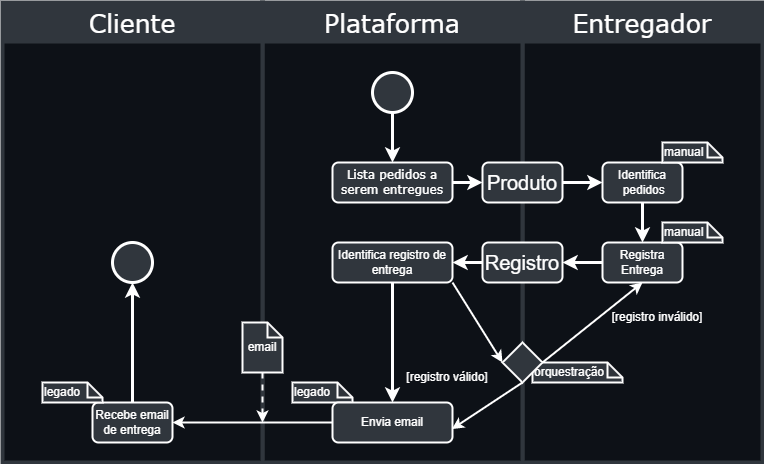
Earlier version of the draw.io export img/serviceMarcation.png (pedroblimaa/dm112-logistics-service). Source tidied: cells renumbered, new cells last; positions are measured from the earlier drawing's top-left corner, leaving out a move shared by most shapes. Source of this version:
```xml
<mxGraphModel>
  <root>
    <mxCell id="0" />
    <mxCell id="1" parent="0" />
    <mxCell id="2" style="rounded=0;whiteSpace=wrap;html=1;fillColor=#0D1117;strokeColor=#30363D;strokeWidth=4;" parent="1" vertex="1">
      <mxGeometry x="520" width="240" height="460" as="geometry" />
    </mxCell>
    <mxCell id="3" style="rounded=0;whiteSpace=wrap;html=1;fillColor=#0D1117;strokeColor=#30363D;strokeWidth=4;" parent="1" vertex="1">
      <mxGeometry x="260" width="260" height="460" as="geometry" />
    </mxCell>
    <mxCell id="4" style="edgeStyle=orthogonalEdgeStyle;rounded=0;jettySize=auto;html=1;exitX=0.5;exitY=1;exitDx=0;exitDy=0;entryX=0.5;entryY=0;entryDx=0;entryDy=0;strokeColor=#FFFFFF;strokeWidth=3;" parent="1" edge="1" source="5" target="33">
      <mxGeometry relative="1" as="geometry" />
    </mxCell>
    <mxCell id="5" style="ellipse;whiteSpace=wrap;html=1;strokeColor=#FFFFFF;strokeWidth=3;fillColor=#30363D;" parent="1" vertex="1">
      <mxGeometry x="370" y="70" width="40" height="40" as="geometry" />
    </mxCell>
    <mxCell id="6" style="edgeStyle=orthogonalEdgeStyle;rounded=0;jettySize=auto;html=1;entryX=0;entryY=0.5;entryDx=0;entryDy=0;strokeWidth=3;strokeColor=#FFFFFF;" parent="1" edge="1" source="33" target="8">
      <mxGeometry relative="1" as="geometry" />
    </mxCell>
    <mxCell id="7" style="edgeStyle=orthogonalEdgeStyle;rounded=0;jettySize=auto;html=1;exitX=1;exitY=0.5;exitDx=0;exitDy=0;entryX=0;entryY=0.5;entryDx=0;entryDy=0;strokeWidth=3;strokeColor=#FFFFFF;" parent="1" edge="1" source="8" target="10">
      <mxGeometry relative="1" as="geometry" />
    </mxCell>
    <mxCell id="8" value="&lt;font color=&quot;#ffffff&quot; style=&quot;font-size: 20px&quot;&gt;Produto&lt;/font&gt;" style="rounded=1;whiteSpace=wrap;html=1;fillColor=#30363D;strokeColor=#FFFFFF;strokeWidth=2;" parent="1" vertex="1">
      <mxGeometry x="480" y="160" width="80" height="40" as="geometry" />
    </mxCell>
    <mxCell id="9" style="edgeStyle=orthogonalEdgeStyle;rounded=0;jettySize=auto;html=1;exitX=0.5;exitY=1;exitDx=0;exitDy=0;entryX=0.5;entryY=0;entryDx=0;entryDy=0;strokeWidth=3;strokeColor=#FFFFFF;" parent="1" edge="1" source="10" target="12">
      <mxGeometry relative="1" as="geometry" />
    </mxCell>
    <mxCell id="10" value="&lt;font color=&quot;#ffffff&quot;&gt;Identifica&lt;br&gt;&amp;nbsp;pedidos&lt;/font&gt;" style="rounded=1;whiteSpace=wrap;html=1;fillColor=#30363D;strokeColor=#FFFFFF;strokeWidth=2;" parent="1" vertex="1">
      <mxGeometry x="600" y="160" width="80" height="40" as="geometry" />
    </mxCell>
    <mxCell id="11" style="edgeStyle=orthogonalEdgeStyle;rounded=0;jettySize=auto;html=1;exitX=0;exitY=0.5;exitDx=0;exitDy=0;entryX=1;entryY=0.5;entryDx=0;entryDy=0;strokeWidth=3;strokeColor=#FFFFFF;" parent="1" edge="1" source="12" target="14">
      <mxGeometry relative="1" as="geometry" />
    </mxCell>
    <mxCell id="12" value="&lt;font color=&quot;#ffffff&quot;&gt;Registra Entrega&lt;/font&gt;" style="rounded=1;whiteSpace=wrap;html=1;fillColor=#30363D;strokeColor=#FFFFFF;strokeWidth=2;" parent="1" vertex="1">
      <mxGeometry x="600" y="240" width="80" height="40" as="geometry" />
    </mxCell>
    <mxCell id="13" style="edgeStyle=orthogonalEdgeStyle;rounded=0;jettySize=auto;html=1;exitX=0;exitY=0.5;exitDx=0;exitDy=0;entryX=1;entryY=0.5;entryDx=0;entryDy=0;strokeWidth=3;strokeColor=#FFFFFF;" parent="1" edge="1" source="14" target="17">
      <mxGeometry relative="1" as="geometry" />
    </mxCell>
    <mxCell id="14" value="&lt;font style=&quot;font-size: 20px&quot; color=&quot;#ffffff&quot;&gt;Registro&lt;/font&gt;" style="rounded=1;whiteSpace=wrap;html=1;fillColor=#30363D;strokeWidth=2;strokeColor=#FFFFFF;" parent="1" vertex="1">
      <mxGeometry x="480" y="240" width="80" height="40" as="geometry" />
    </mxCell>
    <mxCell id="15" style="edgeStyle=orthogonalEdgeStyle;rounded=0;jettySize=auto;html=1;fontFamily=Verdana;fontSize=20;fontColor=#FFFFFF;strokeColor=#FFFFFF;strokeWidth=3;" parent="1" edge="1" source="17" target="37">
      <mxGeometry relative="1" as="geometry" />
    </mxCell>
    <mxCell id="16" style="edgeStyle=none;html=1;exitX=1;exitY=1;exitDx=0;exitDy=0;entryX=0;entryY=0.5;entryDx=0;entryDy=0;strokeWidth=2;strokeColor=#FFFFFF;" parent="1" edge="1" source="17" target="35">
      <mxGeometry relative="1" as="geometry" />
    </mxCell>
    <mxCell id="17" value="&lt;font color=&quot;#ffffff&quot;&gt;Identifica registro de entrega&lt;/font&gt;" style="rounded=1;whiteSpace=wrap;html=1;fillColor=#30363D;strokeColor=#FFFFFF;strokeWidth=2;" parent="1" vertex="1">
      <mxGeometry x="330" y="240" width="120" height="40" as="geometry" />
    </mxCell>
    <mxCell id="18" value="&lt;font color=&quot;#ffffff&quot; face=&quot;Verdana&quot; style=&quot;font-size: 25px&quot;&gt;Plataforma&lt;/font&gt;" style="rounded=0;whiteSpace=wrap;html=1;strokeColor=#30363D;fillColor=#30363D;strokeWidth=2;" parent="1" vertex="1">
      <mxGeometry x="260" width="260" height="40" as="geometry" />
    </mxCell>
    <mxCell id="19" value="&lt;font color=&quot;#ffffff&quot; face=&quot;Verdana&quot; style=&quot;font-size: 25px&quot;&gt;Entregador&lt;/font&gt;" style="rounded=0;whiteSpace=wrap;html=1;strokeColor=#30363D;fillColor=#30363D;strokeWidth=2;" parent="1" vertex="1">
      <mxGeometry x="520" width="240" height="40" as="geometry" />
    </mxCell>
    <mxCell id="20" style="rounded=0;whiteSpace=wrap;html=1;fillColor=#0D1117;strokeColor=#30363D;strokeWidth=4;" parent="1" vertex="1">
      <mxGeometry width="260" height="460" as="geometry" />
    </mxCell>
    <mxCell id="21" value="&lt;font color=&quot;#ffffff&quot; style=&quot;font-size: 25px&quot; face=&quot;Verdana&quot;&gt;Cliente&lt;/font&gt;" style="rounded=0;whiteSpace=wrap;html=1;fillColor=#30363D;strokeColor=#30363D;strokeWidth=2;" parent="1" vertex="1">
      <mxGeometry width="260" height="40" as="geometry" />
    </mxCell>
    <mxCell id="22" style="edgeStyle=none;html=1;exitX=0;exitY=0.5;exitDx=0;exitDy=0;entryX=1;entryY=0.5;entryDx=0;entryDy=0;strokeWidth=2;strokeColor=#FFF;" parent="1" edge="1" source="37" target="24">
      <mxGeometry relative="1" as="geometry" />
    </mxCell>
    <mxCell id="23" style="edgeStyle=orthogonalEdgeStyle;rounded=0;jettySize=auto;html=1;entryX=0.5;entryY=1;entryDx=0;entryDy=0;fontFamily=Verdana;fontSize=20;fontColor=#FFFFFF;strokeColor=#FFFFFF;strokeWidth=3;" parent="1" edge="1" source="24" target="25">
      <mxGeometry relative="1" as="geometry" />
    </mxCell>
    <mxCell id="24" value="&lt;font color=&quot;#ffffff&quot;&gt;Recebe email de entrega&lt;/font&gt;" style="rounded=1;whiteSpace=wrap;html=1;fillColor=#30363D;strokeColor=#FFFFFF;strokeWidth=2;" parent="1" vertex="1">
      <mxGeometry x="90" y="400" width="80" height="40" as="geometry" />
    </mxCell>
    <mxCell id="25" style="ellipse;whiteSpace=wrap;html=1;strokeColor=#FFFFFF;strokeWidth=3;fillColor=#30363D;" parent="1" vertex="1">
      <mxGeometry x="110" y="240" width="40" height="40" as="geometry" />
    </mxCell>
    <mxCell id="26" style="edgeStyle=none;html=1;exitX=1;exitY=0.5;exitDx=0;exitDy=0;entryX=0.5;entryY=1;entryDx=0;entryDy=0;strokeWidth=2;strokeColor=#FFFFFF;" parent="1" edge="1" source="35" target="12">
      <mxGeometry relative="1" as="geometry" />
    </mxCell>
    <mxCell id="27" style="edgeStyle=none;html=1;exitX=0.5;exitY=1;exitDx=0;exitDy=0;entryX=0.995;entryY=0.665;entryDx=0;entryDy=0;entryPerimeter=0;strokeWidth=2;strokeColor=#FFF;" parent="1" edge="1" source="35" target="37">
      <mxGeometry relative="1" as="geometry" />
    </mxCell>
    <mxCell id="28" value="&lt;font color=&quot;#ffffff&quot;&gt;[registro inválido]&lt;/font&gt;" style="text;html=1;strokeColor=none;fillColor=none;align=center;verticalAlign=middle;whiteSpace=wrap;rounded=0;" parent="1" vertex="1">
      <mxGeometry x="590" y="300" width="130" height="30" as="geometry" />
    </mxCell>
    <mxCell id="29" value="&lt;font color=&quot;#ffffff&quot;&gt;[registro válido]&lt;/font&gt;" style="text;html=1;strokeColor=none;fillColor=none;align=center;verticalAlign=middle;whiteSpace=wrap;rounded=0;" parent="1" vertex="1">
      <mxGeometry x="380" y="360" width="130" height="30" as="geometry" />
    </mxCell>
    <mxCell id="30" style="edgeStyle=none;html=1;strokeWidth=2;dashed=1;strokeColor=#FFF;" parent="1" edge="1" source="31">
      <mxGeometry relative="1" as="geometry">
        <mxPoint x="260" y="420" as="targetPoint" />
      </mxGeometry>
    </mxCell>
    <mxCell id="31" value="&lt;font color=&quot;#ffffff&quot;&gt;email&lt;/font&gt;" style="shape=note;whiteSpace=wrap;html=1;backgroundOutline=1;darkOpacity=0.05;strokeWidth=2;fillColor=#30363D;size=15;strokeColor=#FFF;" parent="1" vertex="1">
      <mxGeometry x="240" y="320" width="40" height="50" as="geometry" />
    </mxCell>
    <mxCell id="32" value="&lt;font color=&quot;#ffffff&quot;&gt;manual&lt;/font&gt;" style="shape=note;whiteSpace=wrap;html=1;backgroundOutline=1;darkOpacity=0.05;strokeWidth=2;fillColor=#30363D;size=15;strokeColor=#FFF;align=left;" parent="1" vertex="1">
      <mxGeometry x="660" y="220" width="60" height="20" as="geometry" />
    </mxCell>
    <mxCell id="33" value="&lt;font color=&quot;#ffffff&quot; face=&quot;Verdana&quot;&gt;Lista pedidos a serem entregues&lt;/font&gt;" style="rounded=1;whiteSpace=wrap;html=1;fillColor=#30363D;strokeColor=#FFFFFF;strokeWidth=2;" parent="1" vertex="1">
      <mxGeometry x="330" y="160" width="120" height="40" as="geometry" />
    </mxCell>
    <mxCell id="34" value="&lt;font color=&quot;#ffffff&quot;&gt;orquestração&lt;/font&gt;" style="shape=note;whiteSpace=wrap;html=1;backgroundOutline=1;darkOpacity=0.05;strokeWidth=2;fillColor=#30363D;size=15;strokeColor=#FFF;align=left;" parent="1" vertex="1">
      <mxGeometry x="530" y="360" width="90" height="20" as="geometry" />
    </mxCell>
    <mxCell id="35" style="rhombus;whiteSpace=wrap;html=1;fillColor=#30363D;strokeWidth=2;strokeColor=#FFFFFF;" parent="1" vertex="1">
      <mxGeometry x="500" y="340" width="40" height="40" as="geometry" />
    </mxCell>
    <mxCell id="36" value="&lt;font color=&quot;#ffffff&quot;&gt;legado&lt;/font&gt;" style="shape=note;whiteSpace=wrap;html=1;backgroundOutline=1;darkOpacity=0.05;strokeWidth=2;fillColor=#30363D;size=15;strokeColor=#FFF;align=left;" parent="1" vertex="1">
      <mxGeometry x="290" y="380" width="60" height="20" as="geometry" />
    </mxCell>
    <mxCell id="37" value="&lt;font color=&quot;#ffffff&quot;&gt;Envia email&lt;/font&gt;" style="rounded=1;whiteSpace=wrap;html=1;fillColor=#30363D;strokeColor=#FFFFFF;strokeWidth=2;" parent="1" vertex="1">
      <mxGeometry x="330" y="400" width="120" height="40" as="geometry" />
    </mxCell>
    <mxCell id="38" value="&lt;font color=&quot;#ffffff&quot;&gt;manual&lt;/font&gt;" style="shape=note;whiteSpace=wrap;html=1;backgroundOutline=1;darkOpacity=0.05;strokeWidth=2;fillColor=#30363D;size=15;strokeColor=#FFF;align=left;" parent="1" vertex="1">
      <mxGeometry x="660" y="140" width="60" height="20" as="geometry" />
    </mxCell>
    <mxCell id="39" value="&lt;font color=&quot;#ffffff&quot;&gt;legado&lt;/font&gt;" style="shape=note;whiteSpace=wrap;html=1;backgroundOutline=1;darkOpacity=0.05;strokeWidth=2;fillColor=#30363D;size=15;strokeColor=#FFF;align=left;" parent="1" vertex="1">
      <mxGeometry x="40" y="380" width="60" height="20" as="geometry" />
    </mxCell>
  </root>
</mxGraphModel>
```
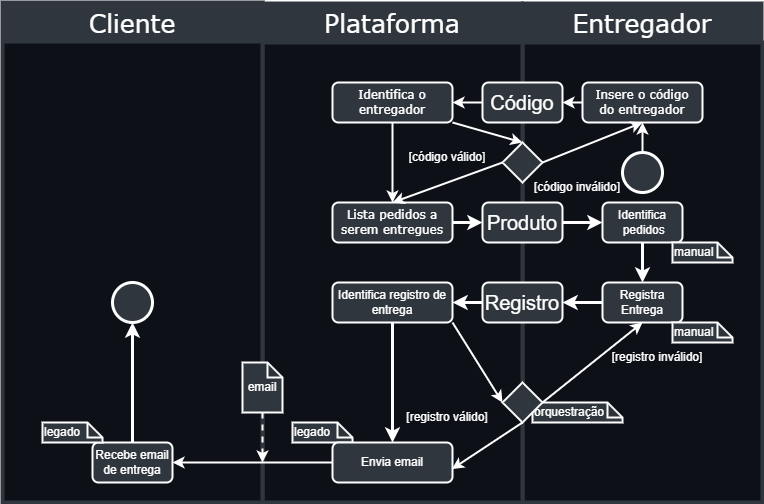
Above is the later version.

What changed in the source:
```diff
@@ -8,11 +8,11 @@
     <mxCell id="3" style="rounded=0;whiteSpace=wrap;html=1;fillColor=#0D1117;strokeColor=#30363D;strokeWidth=4;" parent="1" vertex="1">
       <mxGeometry x="260" width="260" height="460" as="geometry" />
     </mxCell>
-    <mxCell id="4" style="edgeStyle=orthogonalEdgeStyle;rounded=0;jettySize=auto;html=1;exitX=0.5;exitY=1;exitDx=0;exitDy=0;entryX=0.5;entryY=0;entryDx=0;entryDy=0;strokeColor=#FFFFFF;strokeWidth=3;" parent="1" edge="1" source="5" target="33">
-      <mxGeometry relative="1" as="geometry" />
-    </mxCell>
+    <mxCell id="40" style="edgeStyle=none;html=1;exitX=0.5;exitY=0;exitDx=0;exitDy=0;entryX=0.5;entryY=1;entryDx=0;entryDy=0;strokeColor=#FFF;strokeWidth=2;" parent="1" edge="1" source="5" target="42">
+      <mxGeometry relative="1" as="geometry" />
+    </mxCell>
     <mxCell id="5" style="ellipse;whiteSpace=wrap;html=1;strokeColor=#FFFFFF;strokeWidth=3;fillColor=#30363D;" parent="1" vertex="1">
-      <mxGeometry x="370" y="70" width="40" height="40" as="geometry" />
+      <mxGeometry x="620" y="110" width="40" height="40" as="geometry" />
     </mxCell>
     <mxCell id="6" style="edgeStyle=orthogonalEdgeStyle;rounded=0;jettySize=auto;html=1;entryX=0;entryY=0.5;entryDx=0;entryDy=0;strokeWidth=3;strokeColor=#FFFFFF;" parent="1" edge="1" source="33" target="8">
       <mxGeometry relative="1" as="geometry" />
@@ -51,16 +51,16 @@
       <mxGeometry x="330" y="240" width="120" height="40" as="geometry" />
     </mxCell>
     <mxCell id="18" value="&lt;font color=&quot;#ffffff&quot; face=&quot;Verdana&quot; style=&quot;font-size: 25px&quot;&gt;Plataforma&lt;/font&gt;" style="rounded=0;whiteSpace=wrap;html=1;strokeColor=#30363D;fillColor=#30363D;strokeWidth=2;" parent="1" vertex="1">
-      <mxGeometry x="260" width="260" height="40" as="geometry" />
+      <mxGeometry x="260" y="-40" width="260" height="40" as="geometry" />
     </mxCell>
     <mxCell id="19" value="&lt;font color=&quot;#ffffff&quot; face=&quot;Verdana&quot; style=&quot;font-size: 25px&quot;&gt;Entregador&lt;/font&gt;" style="rounded=0;whiteSpace=wrap;html=1;strokeColor=#30363D;fillColor=#30363D;strokeWidth=2;" parent="1" vertex="1">
-      <mxGeometry x="520" width="240" height="40" as="geometry" />
+      <mxGeometry x="520" y="-40" width="240" height="40" as="geometry" />
     </mxCell>
     <mxCell id="20" style="rounded=0;whiteSpace=wrap;html=1;fillColor=#0D1117;strokeColor=#30363D;strokeWidth=4;" parent="1" vertex="1">
-      <mxGeometry width="260" height="460" as="geometry" />
+      <mxGeometry y="-40" width="260" height="500" as="geometry" />
     </mxCell>
     <mxCell id="21" value="&lt;font color=&quot;#ffffff&quot; style=&quot;font-size: 25px&quot; face=&quot;Verdana&quot;&gt;Cliente&lt;/font&gt;" style="rounded=0;whiteSpace=wrap;html=1;fillColor=#30363D;strokeColor=#30363D;strokeWidth=2;" parent="1" vertex="1">
-      <mxGeometry width="260" height="40" as="geometry" />
+      <mxGeometry y="-40" width="260" height="40" as="geometry" />
     </mxCell>
     <mxCell id="22" style="edgeStyle=none;html=1;exitX=0;exitY=0.5;exitDx=0;exitDy=0;entryX=1;entryY=0.5;entryDx=0;entryDy=0;strokeWidth=2;strokeColor=#FFF;" parent="1" edge="1" source="37" target="24">
       <mxGeometry relative="1" as="geometry" />
@@ -95,7 +95,7 @@
       <mxGeometry x="240" y="320" width="40" height="50" as="geometry" />
     </mxCell>
     <mxCell id="32" value="&lt;font color=&quot;#ffffff&quot;&gt;manual&lt;/font&gt;" style="shape=note;whiteSpace=wrap;html=1;backgroundOutline=1;darkOpacity=0.05;strokeWidth=2;fillColor=#30363D;size=15;strokeColor=#FFF;align=left;" parent="1" vertex="1">
-      <mxGeometry x="660" y="220" width="60" height="20" as="geometry" />
+      <mxGeometry x="670" y="280" width="60" height="20" as="geometry" />
     </mxCell>
     <mxCell id="33" value="&lt;font color=&quot;#ffffff&quot; face=&quot;Verdana&quot;&gt;Lista pedidos a serem entregues&lt;/font&gt;" style="rounded=1;whiteSpace=wrap;html=1;fillColor=#30363D;strokeColor=#FFFFFF;strokeWidth=2;" parent="1" vertex="1">
       <mxGeometry x="330" y="160" width="120" height="40" as="geometry" />
@@ -113,10 +113,46 @@
       <mxGeometry x="330" y="400" width="120" height="40" as="geometry" />
     </mxCell>
     <mxCell id="38" value="&lt;font color=&quot;#ffffff&quot;&gt;manual&lt;/font&gt;" style="shape=note;whiteSpace=wrap;html=1;backgroundOutline=1;darkOpacity=0.05;strokeWidth=2;fillColor=#30363D;size=15;strokeColor=#FFF;align=left;" parent="1" vertex="1">
-      <mxGeometry x="660" y="140" width="60" height="20" as="geometry" />
+      <mxGeometry x="670" y="200" width="60" height="20" as="geometry" />
     </mxCell>
     <mxCell id="39" value="&lt;font color=&quot;#ffffff&quot;&gt;legado&lt;/font&gt;" style="shape=note;whiteSpace=wrap;html=1;backgroundOutline=1;darkOpacity=0.05;strokeWidth=2;fillColor=#30363D;size=15;strokeColor=#FFF;align=left;" parent="1" vertex="1">
       <mxGeometry x="40" y="380" width="60" height="20" as="geometry" />
     </mxCell>
+    <mxCell id="41" style="edgeStyle=none;html=1;exitX=0;exitY=0.5;exitDx=0;exitDy=0;entryX=1;entryY=0.5;entryDx=0;entryDy=0;strokeWidth=2;strokeColor=#FFF;" parent="1" edge="1" source="42" target="47">
+      <mxGeometry relative="1" as="geometry" />
+    </mxCell>
+    <mxCell id="42" value="&lt;font color=&quot;#ffffff&quot; face=&quot;Verdana&quot;&gt;Insere o código&lt;br&gt;do entregador&lt;br&gt;&lt;/font&gt;" style="rounded=1;whiteSpace=wrap;html=1;fillColor=#30363D;strokeColor=#FFFFFF;strokeWidth=2;" parent="1" vertex="1">
+      <mxGeometry x="580" y="40" width="120" height="40" as="geometry" />
+    </mxCell>
+    <mxCell id="43" style="edgeStyle=none;html=1;exitX=0.5;exitY=1;exitDx=0;exitDy=0;entryX=0.5;entryY=0;entryDx=0;entryDy=0;strokeWidth=2;strokeColor=#FFF;" parent="1" edge="1" source="45" target="33">
+      <mxGeometry relative="1" as="geometry" />
+    </mxCell>
+    <mxCell id="44" style="edgeStyle=none;html=1;exitX=1;exitY=1;exitDx=0;exitDy=0;entryX=0.5;entryY=0;entryDx=0;entryDy=0;strokeColor=#FFF;strokeWidth=2;" parent="1" edge="1" source="45" target="50">
+      <mxGeometry relative="1" as="geometry" />
+    </mxCell>
+    <mxCell id="45" value="&lt;font color=&quot;#ffffff&quot; face=&quot;Verdana&quot;&gt;Identifica o entregador&lt;br&gt;&lt;/font&gt;" style="rounded=1;whiteSpace=wrap;html=1;fillColor=#30363D;strokeColor=#FFFFFF;strokeWidth=2;" parent="1" vertex="1">
+      <mxGeometry x="330" y="40" width="120" height="40" as="geometry" />
+    </mxCell>
+    <mxCell id="46" style="edgeStyle=none;html=1;exitX=0;exitY=0.5;exitDx=0;exitDy=0;entryX=1;entryY=0.5;entryDx=0;entryDy=0;strokeWidth=2;strokeColor=#FFF;" parent="1" edge="1" source="47" target="45">
+      <mxGeometry relative="1" as="geometry" />
+    </mxCell>
+    <mxCell id="47" value="&lt;font color=&quot;#ffffff&quot; style=&quot;font-size: 20px&quot;&gt;Código&lt;/font&gt;" style="rounded=1;whiteSpace=wrap;html=1;fillColor=#30363D;strokeColor=#FFFFFF;strokeWidth=2;" parent="1" vertex="1">
+      <mxGeometry x="480" y="40" width="80" height="40" as="geometry" />
+    </mxCell>
+    <mxCell id="48" style="edgeStyle=none;html=1;exitX=1;exitY=0.5;exitDx=0;exitDy=0;entryX=0.5;entryY=1;entryDx=0;entryDy=0;strokeColor=#FFF;strokeWidth=2;" parent="1" edge="1" source="50" target="42">
+      <mxGeometry relative="1" as="geometry" />
+    </mxCell>
+    <mxCell id="49" style="edgeStyle=none;html=1;exitX=0;exitY=0.5;exitDx=0;exitDy=0;entryX=0.5;entryY=0;entryDx=0;entryDy=0;strokeColor=#FFF;strokeWidth=2;" parent="1" edge="1" source="50" target="33">
+      <mxGeometry relative="1" as="geometry" />
+    </mxCell>
+    <mxCell id="50" style="rhombus;whiteSpace=wrap;html=1;fillColor=#30363D;strokeWidth=2;strokeColor=#FFFFFF;" parent="1" vertex="1">
+      <mxGeometry x="500" y="100" width="40" height="40" as="geometry" />
+    </mxCell>
+    <mxCell id="51" value="&lt;font color=&quot;#ffffff&quot;&gt;[código inválido]&lt;/font&gt;" style="text;html=1;strokeColor=none;fillColor=none;align=center;verticalAlign=middle;whiteSpace=wrap;rounded=0;" parent="1" vertex="1">
+      <mxGeometry x="510" y="130" width="130" height="30" as="geometry" />
+    </mxCell>
+    <mxCell id="52" value="&lt;font color=&quot;#ffffff&quot;&gt;[código válido]&lt;/font&gt;" style="text;html=1;strokeColor=none;fillColor=none;align=center;verticalAlign=middle;whiteSpace=wrap;rounded=0;" parent="1" vertex="1">
+      <mxGeometry x="380" y="100" width="130" height="30" as="geometry" />
+    </mxCell>
   </root>
 </mxGraphModel>
```
